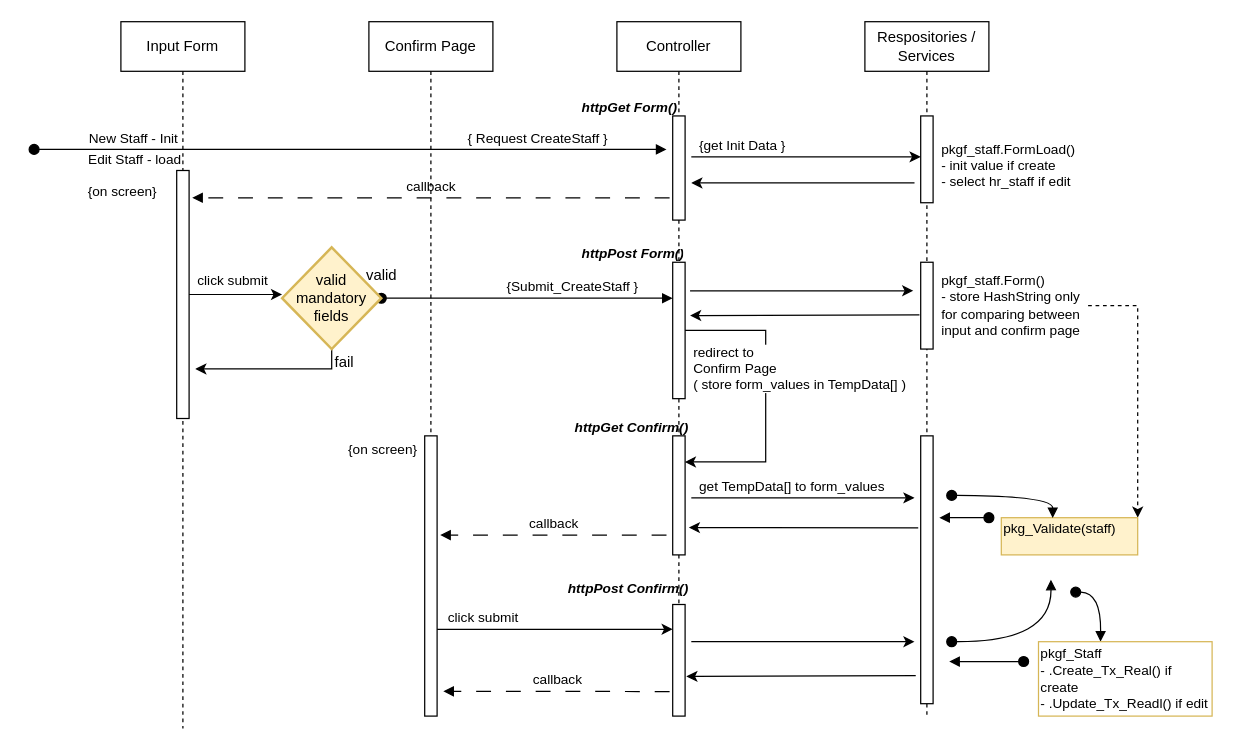
The draw.io diagram Staff_InputandConfirm_workflow.drawio in mujianlo/hrpt_drawio, before the edit. Source tidied: cells renumbered, new cells numbered last; positions are measured from the earlier drawing's top-left corner, leaving out a move shared by most shapes. Both pictures are drawn from the tidied source at 124%, with x=0, y=0 at pixel (33, 21).
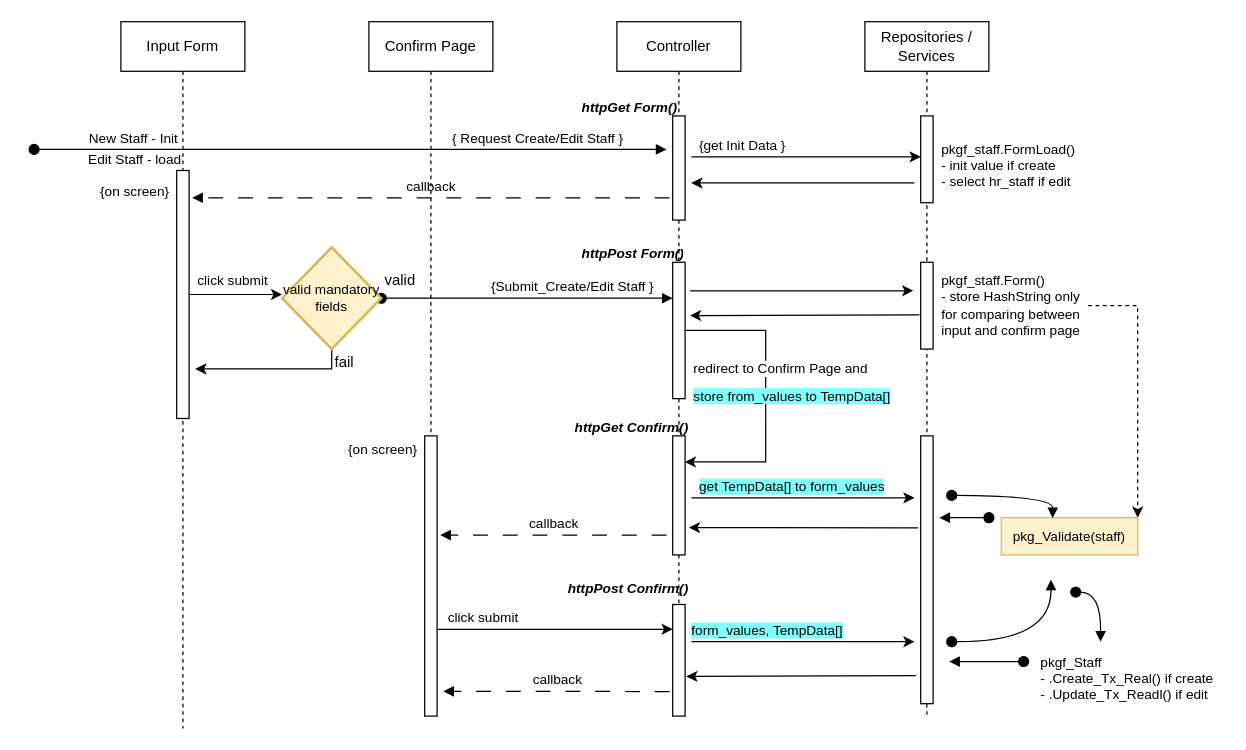
The same diagram, later.

The change refers to these unchanged cells:
```xml
<mxCell id="4" style="html=1;verticalAlign=bottom;startArrow=oval;endArrow=block;startSize=8;edgeStyle=elbowEdgeStyle;elbow=vertical;curved=0;rounded=0;align=right;" parent="2" edge="1">
  <mxGeometry relative="1" as="geometry">
    <mxPoint x="-70" y="103" as="sourcePoint" />
    <mxPoint x="440" y="103" as="targetPoint" />
  </mxGeometry>
</mxCell>
<mxCell id="10" style="edgeStyle=elbowEdgeStyle;rounded=0;jettySize=auto;html=1;elbow=vertical;curved=0;entryX=0.548;entryY=0.634;entryDx=0;entryDy=0;entryPerimeter=0;" parent="7" edge="1" source="9" target="7">
  <mxGeometry relative="1" as="geometry">
    <Array as="points">
      <mxPoint x="120" y="344" />
    </Array>
  </mxGeometry>
</mxCell>
<mxCell id="27" style="html=1;verticalAlign=bottom;startArrow=oval;endArrow=block;startSize=8;edgeStyle=elbowEdgeStyle;elbow=vertical;curved=0;rounded=0;align=right;exitX=1;exitY=0.5;exitDx=0;exitDy=0;exitPerimeter=0;" parent="1" edge="1" source="43" target="9">
  <mxGeometry relative="1" as="geometry" />
</mxCell>
<mxCell id="34" style="edgeStyle=orthogonalEdgeStyle;rounded=0;orthogonalLoop=1;jettySize=auto;html=1;curved=0;" parent="1" edge="1">
  <mxGeometry relative="1" as="geometry">
    <mxPoint x="530" y="384" as="sourcePoint" />
    <mxPoint x="710" y="384" as="targetPoint" />
    <Array as="points">
      <mxPoint x="625" y="383.9" />
      <mxPoint x="625" y="383.9" />
    </Array>
  </mxGeometry>
</mxCell>
<mxCell id="50" style="edgeStyle=elbowEdgeStyle;rounded=0;orthogonalLoop=1;jettySize=auto;html=1;elbow=vertical;curved=0;" parent="1" edge="1">
  <mxGeometry relative="1" as="geometry">
    <mxPoint x="530" y="500" as="sourcePoint" />
    <mxPoint x="710" y="500" as="targetPoint" />
  </mxGeometry>
</mxCell>
```

The edit, as a diff of the source:
```diff
@@
-    <mxCell id="5" value="&lt;div align=&quot;right&quot;&gt;{ Request CreateStaff }&lt;br&gt;&lt;/div&gt;" style="edgeLabel;html=1;align=center;verticalAlign=middle;" parent="4" vertex="1">
+    <mxCell id="5" value="&lt;div align=&quot;right&quot;&gt;{ Request Create/Edit Staff }&lt;br&gt;&lt;/div&gt;" style="edgeLabel;html=1;align=center;verticalAlign=middle;" parent="4" vertex="1">
       <mxGeometry x="0.83" y="-1" relative="1" as="geometry">
         <mxPoint x="-62" y="-11" as="offset" />
       </mxGeometry>
     </mxCell>
@@
-    <mxCell id="11" value="&lt;div&gt;redirect to&amp;nbsp;&lt;/div&gt;&lt;div&gt;Confirm Page&lt;/div&gt;&lt;div&gt;( store form_values in TempData[] )&lt;br&gt;&lt;/div&gt;" style="edgeLabel;html=1;align=left;verticalAlign=middle;" parent="10" vertex="1">
+    <mxCell id="11" value="&lt;div&gt;redirect to Confirm Page and&lt;/div&gt;" style="edgeLabel;html=1;align=left;verticalAlign=middle;" parent="10" vertex="1">
       <mxGeometry x="-0.3" y="-3" relative="1" as="geometry">
         <mxPoint x="-57" y="12" as="offset" />
       </mxGeometry>
     </mxCell>
+    <mxCell id="60" value="store from_values to TempData[]" style="edgeLabel;html=1;align=center;verticalAlign=middle;labelBackgroundColor=#80ffff;" parent="10" vertex="1">
+      <mxGeometry x="0.08" y="-2" relative="1" as="geometry">
+        <mxPoint x="22" y="-11" as="offset" />
+      </mxGeometry>
+    </mxCell>
@@
-    <mxCell id="17" value="Respositories / Services" style="shape=umlLifeline;perimeter=lifelinePerimeter;whiteSpace=wrap;html=1;newEdgeStyle={&quot;edgeStyle&quot;:&quot;elbowEdgeStyle&quot;,&quot;elbow&quot;:&quot;vertical&quot;,&quot;curved&quot;:0,&quot;rounded&quot;:0};" parent="1" vertex="1">
+    <mxCell id="17" value="Repositories / Services" style="shape=umlLifeline;perimeter=lifelinePerimeter;whiteSpace=wrap;html=1;newEdgeStyle={&quot;edgeStyle&quot;:&quot;elbowEdgeStyle&quot;,&quot;elbow&quot;:&quot;vertical&quot;,&quot;curved&quot;:0,&quot;rounded&quot;:0};" parent="1" vertex="1">
       <mxGeometry x="670" width="100" height="560" as="geometry" />
     </mxCell>
@@
     <mxCell id="26" value="{on screen}" style="edgeLabel;html=1;align=center;verticalAlign=middle;" parent="1" vertex="1">
-      <mxGeometry x="70" y="136" as="geometry" />
+      <mxGeometry x="80" y="136" as="geometry" />
     </mxCell>
@@
-    <mxCell id="28" value="&lt;div align=&quot;right&quot;&gt;{Submit_CreateStaff }&lt;br&gt;&lt;/div&gt;" style="edgeLabel;html=1;align=center;verticalAlign=middle;" parent="27" vertex="1">
+    <mxCell id="28" value="&lt;div align=&quot;right&quot;&gt;{Submit_Create/Edit Staff }&lt;br&gt;&lt;/div&gt;" style="edgeLabel;html=1;align=center;verticalAlign=middle;" parent="27" vertex="1">
       <mxGeometry x="0.83" y="-1" relative="1" as="geometry">
         <mxPoint x="-62" y="-11" as="offset" />
       </mxGeometry>
     </mxCell>
@@
-    <mxCell id="35" value="get TempData[] to form_values" style="edgeLabel;html=1;align=center;verticalAlign=middle;" parent="34" vertex="1">
+    <mxCell id="35" value="get TempData[] to form_values" style="edgeLabel;html=1;align=center;verticalAlign=middle;labelBackgroundColor=#80ffff;" parent="34" vertex="1">
       <mxGeometry x="0.23" y="-2" relative="1" as="geometry">
         <mxPoint x="-31" y="-12" as="offset" />
       </mxGeometry>
     </mxCell>
-    <mxCell id="36" value="&lt;div&gt;pkg_Validate(staff)&lt;/div&gt;&lt;div&gt;&lt;br&gt;&lt;/div&gt;" style="text;html=1;strokeColor=#d6b656;fillColor=#fff2cc;align=left;verticalAlign=middle;whiteSpace=wrap;overflow=hidden;fontSize=11;fontFamily=Helvetica;" parent="1" vertex="1">
+    <mxCell id="36" value="&lt;div&gt;pkg_Validate(staff)&lt;/div&gt;" style="text;html=1;strokeColor=#d6b656;fillColor=#fff2cc;align=center;verticalAlign=middle;whiteSpace=wrap;overflow=hidden;fontSize=11;fontFamily=Helvetica;" parent="1" vertex="1">
       <mxGeometry x="780" y="400" width="110" height="30" as="geometry" />
     </mxCell>
@@
-    <mxCell id="43" value="valid mandatory fields" style="strokeWidth=2;html=1;shape=mxgraph.flowchart.decision;whiteSpace=wrap;fillColor=#fff2cc;strokeColor=#d6b656;" parent="1" vertex="1">
+    <mxCell id="43" value="valid mandatory fields" style="strokeWidth=2;html=1;shape=mxgraph.flowchart.decision;whiteSpace=wrap;fillColor=#fff2cc;strokeColor=#d6b656;fontSize=11;" parent="1" vertex="1">
       <mxGeometry x="200" y="182" width="80" height="82" as="geometry" />
     </mxCell>
     <mxCell id="44" value="valid" style="text;html=1;align=center;verticalAlign=middle;strokeColor=none;fillColor=none;" parent="1" vertex="1">
-      <mxGeometry x="255" y="190" width="50" height="30" as="geometry" />
+      <mxGeometry x="270" y="194" width="50" height="30" as="geometry" />
     </mxCell>
@@
+    <mxCell id="61" value="&lt;div align=&quot;left&quot;&gt;form_values, TempData[]&lt;br&gt;&lt;/div&gt;" style="edgeLabel;html=1;align=center;verticalAlign=middle;labelBackgroundColor=#80ffff;" parent="50" vertex="1">
+      <mxGeometry x="-0.39" y="-2" relative="1" as="geometry">
+        <mxPoint x="5" y="-12" as="offset" />
+      </mxGeometry>
+    </mxCell>
@@
-    <mxCell id="56" value="&lt;div&gt;pkgf_Staff&lt;/div&gt;&lt;div&gt;- .Create_Tx_Real() if create&lt;/div&gt;&lt;div&gt;- .Update_Tx_Readl() if edit&lt;br&gt;&lt;/div&gt;" style="text;html=1;strokeColor=#d6b656;fillColor=#FFFFFF;align=left;verticalAlign=middle;whiteSpace=wrap;overflow=hidden;fontSize=11;fontFamily=Helvetica;" parent="1" vertex="1">
-      <mxGeometry x="810" y="500" width="140" height="60" as="geometry" />
-    </mxCell>
@@
+    <mxCell id="56" value="&lt;div&gt;pkgf_Staff&lt;/div&gt;&lt;div&gt;- .Create_Tx_Real() if create&lt;/div&gt;&lt;div&gt;- .Update_Tx_Readl() if edit&lt;br&gt;&lt;/div&gt;" style="text;html=1;strokeColor=none;fillColor=none;align=left;verticalAlign=middle;whiteSpace=wrap;overflow=hidden;fontSize=11;fontFamily=Helvetica;" parent="1" vertex="1">
+      <mxGeometry x="810" y="500" width="150" height="60" as="geometry" />
+    </mxCell>
```
